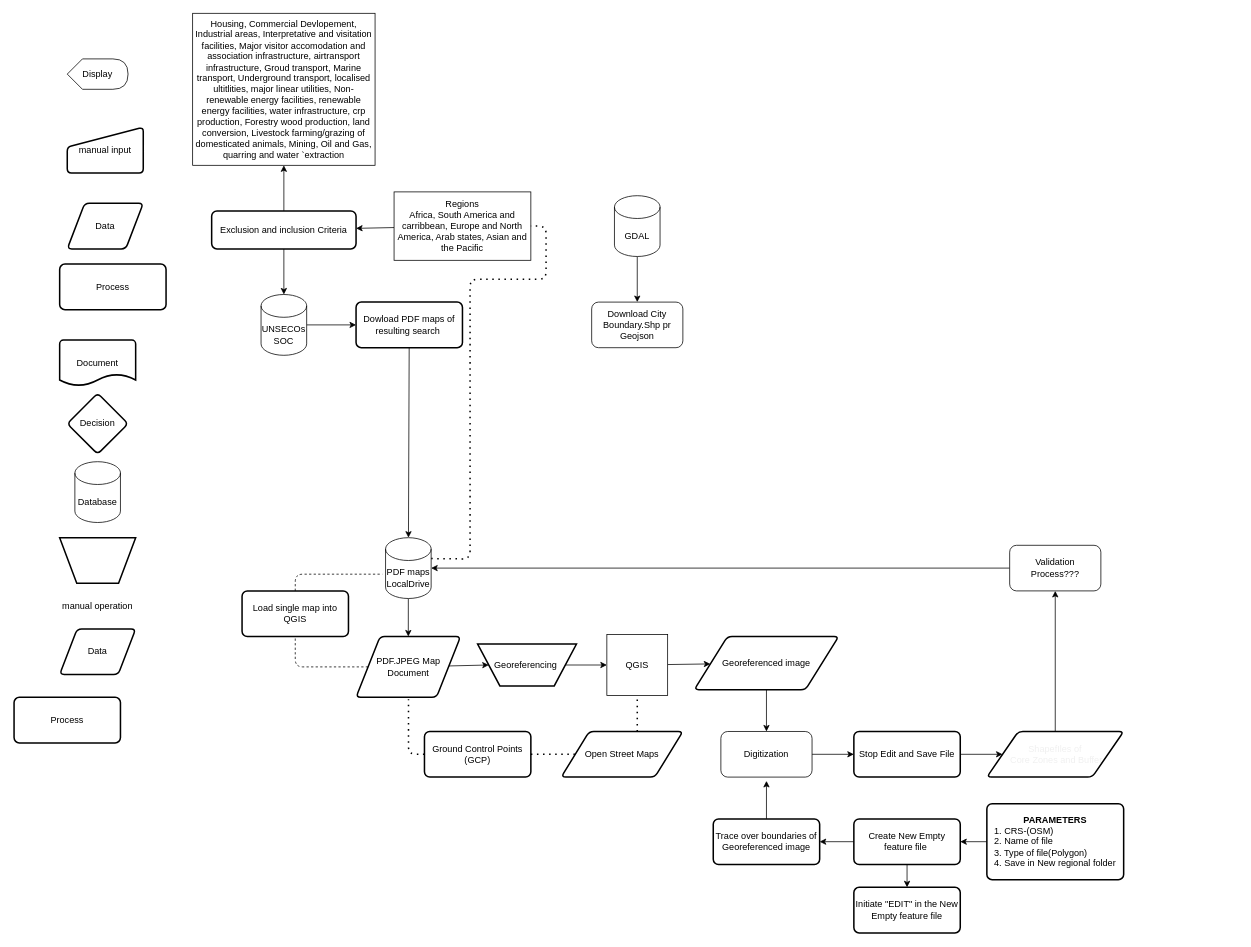
Above: page "DataWorkflow for Workshop" (5 of 5) of DRAFT_RESEARCH.drawio in mkvusa/How-Urban-Is-World-Heritage- (draw.io), before the change. Source tidied: cells renumbered, new cells numbered last; positions are measured from the earlier drawing's top-left corner, leaving out a move shared by most shapes. Both pictures are drawn from the tidied source at 76%, with x=0, y=0 at pixel (14, 13).
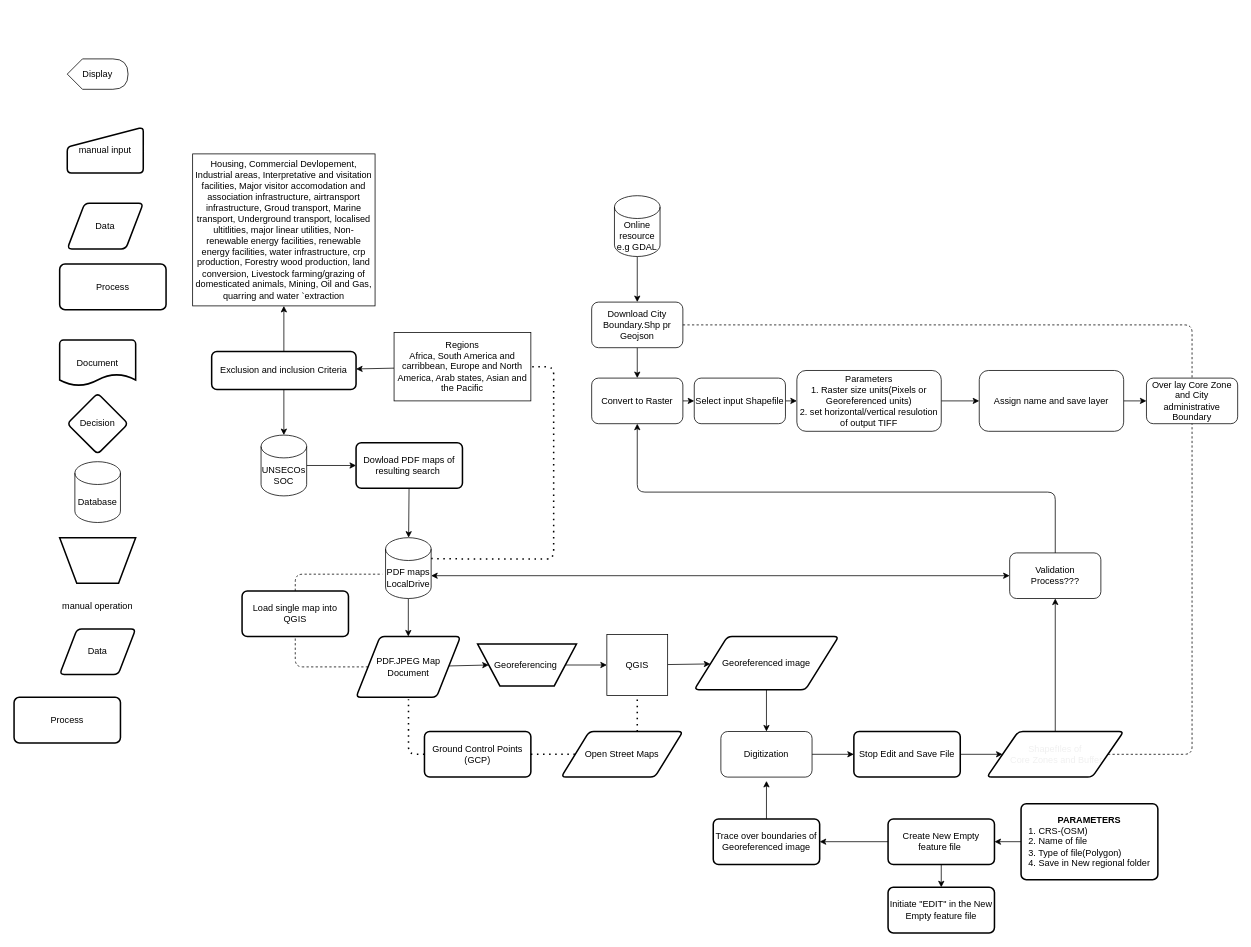
The same diagram, later.

Unchanged cells that the change refers to:
```xml
<mxCell id="24" value="PDF maps&lt;br&gt;LocalDrive" style="shape=cylinder3;whiteSpace=wrap;html=1;boundedLbl=1;backgroundOutline=1;size=15;" parent="1" vertex="1">
  <mxGeometry x="488.8" y="690" width="60" height="80" as="geometry" />
</mxCell>
<mxCell id="42" value="&lt;span style=&quot;color: rgb(240 , 240 , 240)&quot;&gt;ShapefIles of&lt;br&gt;&amp;nbsp;Core Zones and Buffer&lt;/span&gt;" style="shape=parallelogram;html=1;strokeWidth=2;perimeter=parallelogramPerimeter;whiteSpace=wrap;rounded=1;arcSize=12;size=0.23;" parent="1" vertex="1">
  <mxGeometry x="1280" y="945" width="180" height="60" as="geometry" />
</mxCell>
<mxCell id="59" value="Download City Boundary.Shp pr Geojson" style="rounded=1;whiteSpace=wrap;html=1;" parent="1" vertex="1">
  <mxGeometry x="760" y="380" width="120" height="60" as="geometry" />
</mxCell>
```

What changed in the source:
```diff
@@
     <mxCell id="14" value="Exclusion and inclusion Criteria" style="rounded=1;whiteSpace=wrap;html=1;absoluteArcSize=1;arcSize=14;strokeWidth=2;" parent="1" vertex="1">
-      <mxGeometry x="260" y="260" width="190" height="50" as="geometry" />
+      <mxGeometry x="260" y="445" width="190" height="50" as="geometry" />
     </mxCell>
@@
     <mxCell id="16" value="UNSECOs SOC" style="shape=cylinder3;whiteSpace=wrap;html=1;boundedLbl=1;backgroundOutline=1;size=15;" parent="1" vertex="1">
-      <mxGeometry x="325" y="370" width="60" height="80" as="geometry" />
+      <mxGeometry x="325" y="555" width="60" height="80" as="geometry" />
     </mxCell>
     <mxCell id="17" value="Housing, Commercial Devlopement, Industrial areas, Interpretative and visitation facilities, Major visitor accomodation and association infrastructure, airtransport infrastructure, Groud transport, Marine transport, Underground transport, localised ultitlities, major linear utilities, Non-renewable energy facilities, renewable energy facilities, water infrastructure, crp production, Forestry wood production, land conversion, Livestock farming/grazing of domesticated animals, Mining, Oil and Gas, quarring and water `extraction" style="rounded=0;whiteSpace=wrap;html=1;" parent="1" vertex="1">
-      <mxGeometry x="235" width="240" height="200" as="geometry" />
+      <mxGeometry x="235" y="185" width="240" height="200" as="geometry" />
     </mxCell>
@@
     <mxCell id="19" value="Dowload PDF maps of resulting search&amp;nbsp;" style="rounded=1;whiteSpace=wrap;html=1;absoluteArcSize=1;arcSize=14;strokeWidth=2;" parent="1" vertex="1">
-      <mxGeometry x="450" y="380" width="140" height="60" as="geometry" />
+      <mxGeometry x="450" y="565" width="140" height="60" as="geometry" />
     </mxCell>
@@
     <mxCell id="21" value="Regions&lt;br&gt;Africa, South America and carribbean, Europe and North America, Arab states, Asian and the Pacific" style="rounded=0;whiteSpace=wrap;html=1;" parent="1" vertex="1">
-      <mxGeometry x="500" y="235" width="180" height="90" as="geometry" />
+      <mxGeometry x="500" y="420" width="180" height="90" as="geometry" />
     </mxCell>
     <mxCell id="22" style="endArrow=none;dashed=1;html=1;dashPattern=1 3;strokeWidth=2;entryX=1;entryY=0.5;entryDx=0;entryDy=0;exitX=1;exitY=0;exitDx=0;exitDy=27.5;exitPerimeter=0;" parent="1" edge="1" source="24" target="21">
       <mxGeometry relative="1" as="geometry">
         <Array as="points">
           <mxPoint x="600" y="718" />
-          <mxPoint x="600" y="494" />
-          <mxPoint x="600" y="350" />
-          <mxPoint x="700" y="350" />
-          <mxPoint x="700" y="280" />
+          <mxPoint x="710" y="718" />
+          <mxPoint x="710" y="465" />
         </Array>
       </mxGeometry>
     </mxCell>
@@
-    <mxCell id="43" style="edgeStyle=none;html=1;entryX=1;entryY=0.5;entryDx=0;entryDy=0;entryPerimeter=0;" parent="1" edge="1" source="44" target="24">
-      <mxGeometry relative="1" as="geometry" />
-    </mxCell>
+    <mxCell id="60" style="edgeStyle=none;html=1;exitX=0.5;exitY=0;exitDx=0;exitDy=0;" parent="1" edge="1" source="44" target="63">
+      <mxGeometry relative="1" as="geometry">
+        <Array as="points">
+          <mxPoint x="1370" y="630" />
+          <mxPoint x="820" y="630" />
+        </Array>
+      </mxGeometry>
+    </mxCell>
     <mxCell id="44" value="Validation Process???" style="rounded=1;whiteSpace=wrap;html=1;" parent="1" vertex="1">
-      <mxGeometry x="1310" y="700" width="120" height="60" as="geometry" />
+      <mxGeometry x="1310" y="710" width="120" height="60" as="geometry" />
     </mxCell>
@@
     <mxCell id="49" value="&lt;b&gt;PARAMETERS&lt;/b&gt;&lt;br&gt;&lt;div style=&quot;text-align: left&quot;&gt;&lt;span&gt;1. CRS-(OSM)&lt;/span&gt;&lt;/div&gt;&lt;div style=&quot;text-align: left&quot;&gt;&lt;span&gt;2. Name of file&lt;/span&gt;&lt;/div&gt;&lt;div style=&quot;text-align: left&quot;&gt;&lt;span&gt;3. Type of file(Polygon)&lt;/span&gt;&lt;/div&gt;&lt;div style=&quot;text-align: left&quot;&gt;&lt;span&gt;4. Save in New regional folder&lt;/span&gt;&lt;/div&gt;" style="rounded=1;whiteSpace=wrap;html=1;absoluteArcSize=1;arcSize=14;strokeWidth=2;" parent="1" vertex="1">
-      <mxGeometry x="1280" y="1040" width="180" height="100" as="geometry" />
+      <mxGeometry x="1325" y="1040" width="180" height="100" as="geometry" />
     </mxCell>
     <mxCell id="50" value="Initiate &quot;EDIT&quot; in the New Empty feature file" style="rounded=1;whiteSpace=wrap;html=1;absoluteArcSize=1;arcSize=14;strokeWidth=2;" parent="1" vertex="1">
-      <mxGeometry x="1105" y="1150" width="140" height="60" as="geometry" />
+      <mxGeometry x="1150" y="1150" width="140" height="60" as="geometry" />
     </mxCell>
@@
     <mxCell id="54" value="Create New Empty feature file&amp;nbsp;" style="rounded=1;whiteSpace=wrap;html=1;absoluteArcSize=1;arcSize=14;strokeWidth=2;" parent="1" vertex="1">
-      <mxGeometry x="1105" y="1060" width="140" height="60" as="geometry" />
+      <mxGeometry x="1150" y="1060" width="140" height="60" as="geometry" />
     </mxCell>
@@
-    <mxCell id="58" value="GDAL" style="shape=cylinder3;whiteSpace=wrap;html=1;boundedLbl=1;backgroundOutline=1;size=15;" parent="1" vertex="1">
+    <mxCell id="58" value="Online resource e.g GDAL" style="shape=cylinder3;whiteSpace=wrap;html=1;boundedLbl=1;backgroundOutline=1;size=15;" parent="1" vertex="1">
       <mxGeometry x="790" y="240" width="60" height="80" as="geometry" />
     </mxCell>
+    <mxCell id="61" style="edgeStyle=none;html=1;" parent="1" edge="1" source="59" target="63">
+      <mxGeometry relative="1" as="geometry" />
+    </mxCell>
@@
+    <mxCell id="62" style="edgeStyle=none;html=1;" parent="1" edge="1" source="63" target="65">
+      <mxGeometry relative="1" as="geometry" />
+    </mxCell>
+    <mxCell id="63" value="Convert to Raster" style="rounded=1;whiteSpace=wrap;html=1;" parent="1" vertex="1">
+      <mxGeometry x="760" y="480" width="120" height="60" as="geometry" />
+    </mxCell>
+    <mxCell id="64" style="edgeStyle=none;html=1;" parent="1" edge="1" source="65" target="67">
+      <mxGeometry relative="1" as="geometry" />
+    </mxCell>
+    <mxCell id="65" value="Select input Shapefile" style="whiteSpace=wrap;html=1;rounded=1;" parent="1" vertex="1">
+      <mxGeometry x="895" y="480" width="120" height="60" as="geometry" />
+    </mxCell>
+    <mxCell id="66" style="edgeStyle=none;html=1;entryX=0;entryY=0.5;entryDx=0;entryDy=0;" parent="1" edge="1" source="67" target="69">
+      <mxGeometry relative="1" as="geometry" />
+    </mxCell>
+    <mxCell id="67" value="Parameters&lt;br&gt;1. Raster size units(Pixels or Georeferenced units)&lt;br&gt;2. set horizontal/vertical resulotion of output TIFF" style="whiteSpace=wrap;html=1;rounded=1;" parent="1" vertex="1">
+      <mxGeometry x="1030" y="470" width="190" height="80" as="geometry" />
+    </mxCell>
+    <mxCell id="68" style="edgeStyle=none;html=1;entryX=0;entryY=0.5;entryDx=0;entryDy=0;" parent="1" edge="1" source="69" target="70">
+      <mxGeometry relative="1" as="geometry" />
+    </mxCell>
+    <mxCell id="69" value="Assign name and save layer" style="whiteSpace=wrap;html=1;rounded=1;" parent="1" vertex="1">
+      <mxGeometry x="1270" y="470" width="190" height="80" as="geometry" />
+    </mxCell>
+    <mxCell id="70" value="Over lay Core Zone and City administrative Boundary" style="rounded=1;whiteSpace=wrap;html=1;" parent="1" vertex="1">
+      <mxGeometry x="1490" y="480" width="120" height="60" as="geometry" />
+    </mxCell>
+    <mxCell id="71" style="endArrow=none;dashed=1;html=1;entryX=0.5;entryY=1;entryDx=0;entryDy=0;exitX=1;exitY=0.5;exitDx=0;exitDy=0;" parent="1" edge="1" source="42" target="70">
+      <mxGeometry relative="1" as="geometry">
+        <Array as="points">
+          <mxPoint x="1550" y="975" />
+          <mxPoint x="1550" y="930" />
+        </Array>
+      </mxGeometry>
+    </mxCell>
+    <mxCell id="72" style="endArrow=none;dashed=1;html=1;exitX=1;exitY=0.5;exitDx=0;exitDy=0;entryX=0.5;entryY=0;entryDx=0;entryDy=0;" parent="1" edge="1" source="59" target="70">
+      <mxGeometry relative="1" as="geometry">
+        <Array as="points">
+          <mxPoint x="1550" y="410" />
+        </Array>
+      </mxGeometry>
+    </mxCell>
+    <mxCell id="73" style="endArrow=classic;startArrow=classic;html=1;entryX=0;entryY=0.5;entryDx=0;entryDy=0;" parent="1" edge="1" target="44">
+      <mxGeometry relative="1" as="geometry">
+        <mxPoint x="548.8" y="740" as="sourcePoint" />
+      </mxGeometry>
+    </mxCell>
```
